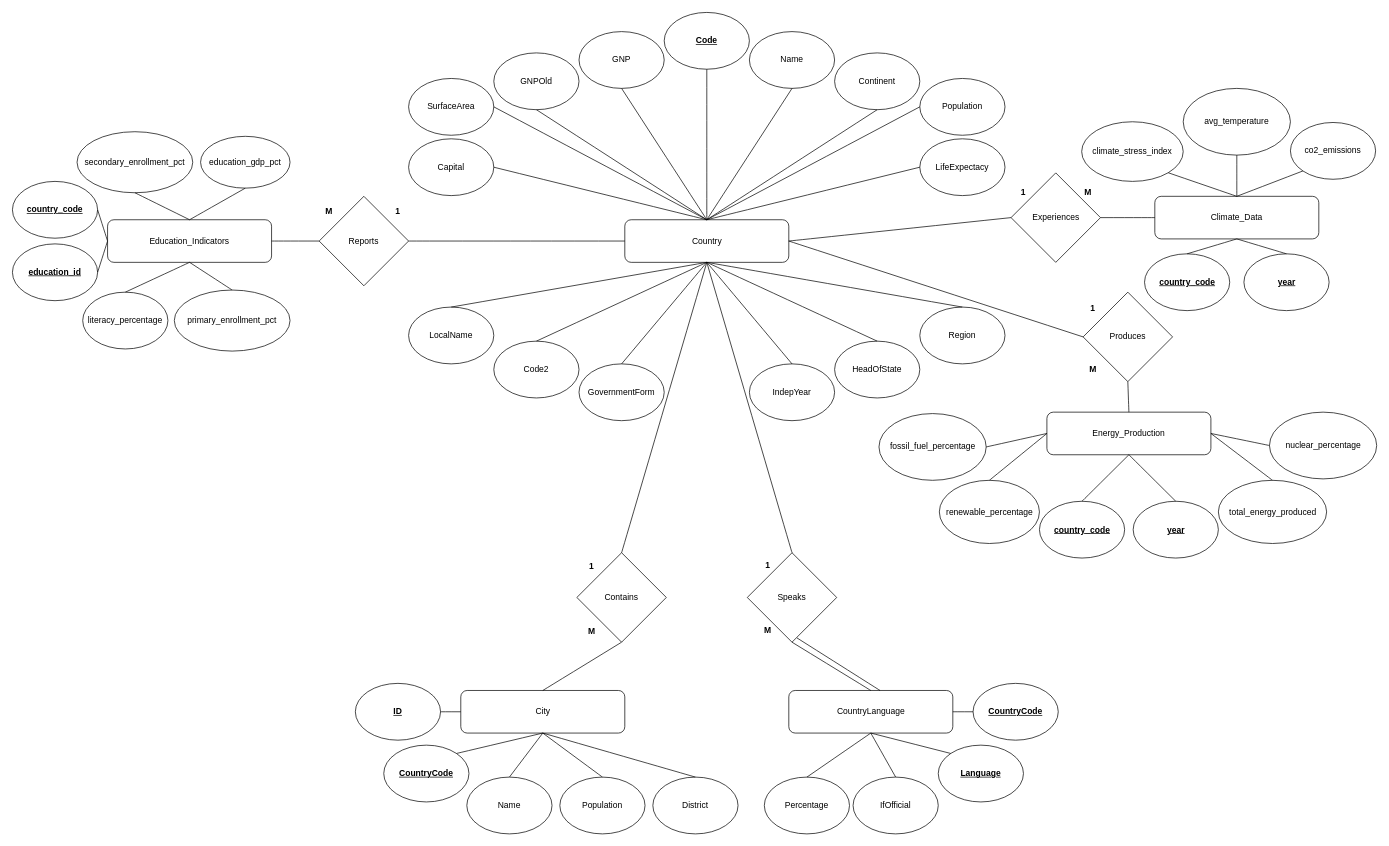
Earlier version of the draw.io diagram ER-Diagrams-Group 7.drawio (EmilianoManaloIV/CPSC-332-Group-7-Repo). Source tidied: cells renumbered, new cells numbered last; positions are measured from the earlier drawing's top-left corner, leaving out a move shared by most shapes. Both pictures are drawn from the tidied source at 71%, with x=0, y=0 at pixel (12, 12).
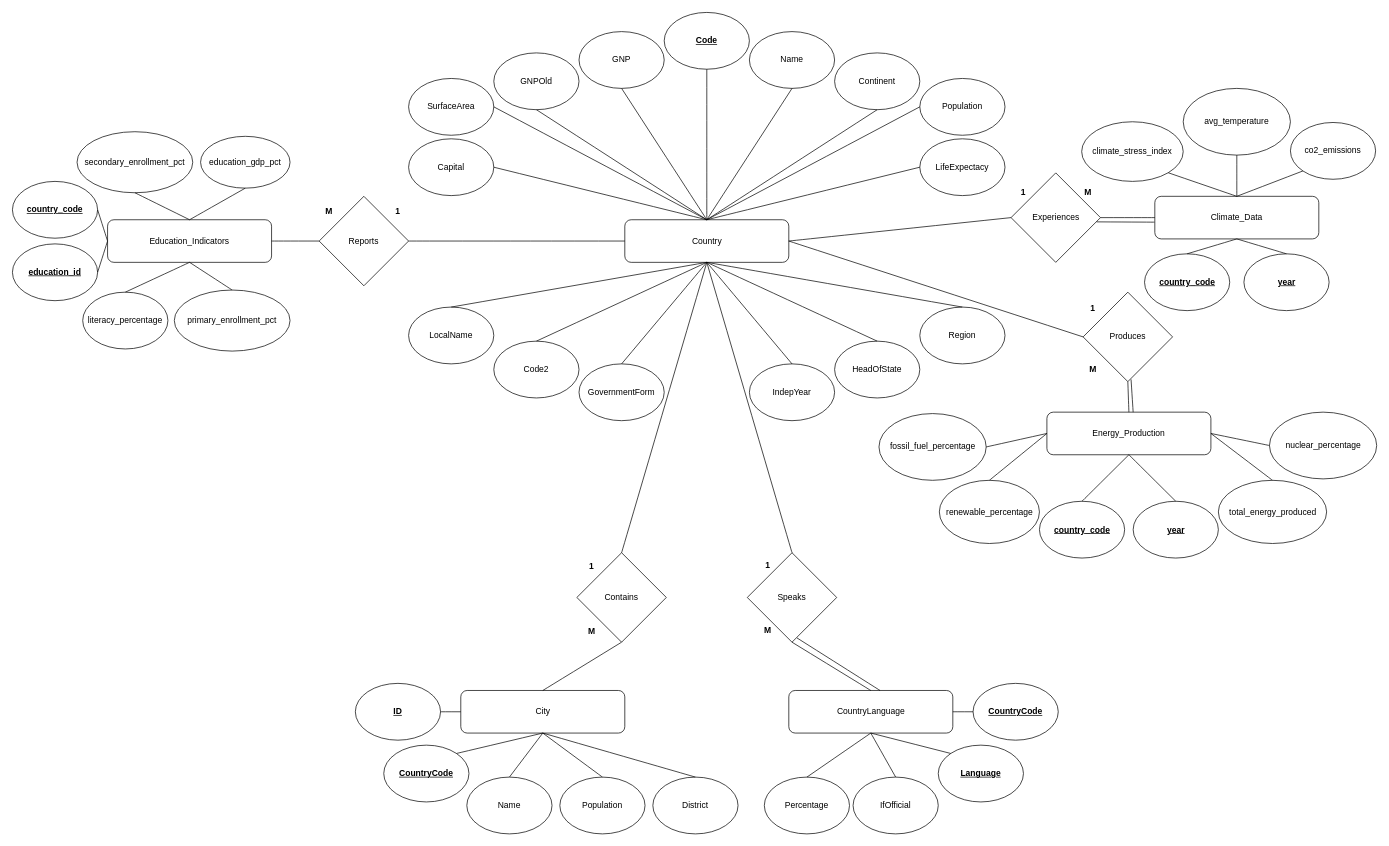
Above is the later version.

Commit message (it also covers changes not shown here):
Modified schemas further

The change refers to these unchanged cells:
```xml
<mxCell id="65" value="Produces" style="rhombus;whiteSpace=wrap;html=1;" parent="1" vertex="1">
  <mxGeometry x="1508" y="394" width="126" height="126" as="geometry" />
</mxCell>
```

The edit, as a diff of the source:
```diff
@@
+    <mxCell id="116" style="endArrow=none;html=1;rounded=0;fontSize=12;startSize=8;endSize=8;curved=1;entryX=0.536;entryY=0.975;entryDx=0;entryDy=0;exitX=0.5;exitY=0;exitDx=0;exitDy=0;entryPerimeter=0;" parent="1" edge="1" target="65">
+      <mxGeometry relative="1" as="geometry">
+        <mxPoint x="1578.5" y="563" as="sourcePoint" />
+      </mxGeometry>
+    </mxCell>
+    <mxCell id="117" style="endArrow=none;html=1;rounded=0;fontSize=12;startSize=8;endSize=8;curved=1;exitX=0;exitY=0.5;exitDx=0;exitDy=0;" parent="1" edge="1">
+      <mxGeometry relative="1" as="geometry">
+        <mxPoint x="1608.5" y="295.4" as="sourcePoint" />
+        <mxPoint x="1527" y="295" as="targetPoint" />
+      </mxGeometry>
+    </mxCell>
```
